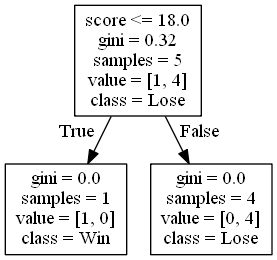
Before: DecisionTrees/Pac-12decision_tree_with_score1.png, a diagram exported from Graphviz (alexana-steck/CSE482Project). Its source is kept beside it as DecisionTrees/Pac-12decision_tree_with_score1.dot. Its diagram source:
```dot
digraph Tree {
node [shape=box] ;
0 [label="score <= 18.0\ngini = 0.32\nsamples = 5\nvalue = [1, 4]\nclass = Lose"] ;
1 [label="gini = 0.0\nsamples = 1\nvalue = [1, 0]\nclass = Win"] ;
0 -> 1 [labeldistance=2.5, labelangle=45, headlabel="True"] ;
2 [label="gini = 0.0\nsamples = 4\nvalue = [0, 4]\nclass = Lose"] ;
0 -> 2 [labeldistance=2.5, labelangle=-45, headlabel="False"] ;
}
```
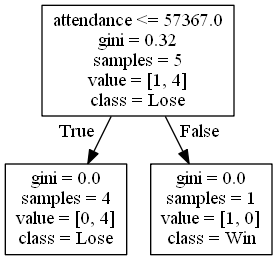
Later version of the same file.

Change to the diagram source:
```diff
@@ -1,8 +1,8 @@
 digraph Tree {
 node [shape=box] ;
-0 [label="score <= 18.0\ngini = 0.32\nsamples = 5\nvalue = [1, 4]\nclass = Lose"] ;
-1 [label="gini = 0.0\nsamples = 1\nvalue = [1, 0]\nclass = Win"] ;
+0 [label="attendance <= 57367.0\ngini = 0.32\nsamples = 5\nvalue = [1, 4]\nclass = Lose"] ;
+1 [label="gini = 0.0\nsamples = 4\nvalue = [0, 4]\nclass = Lose"] ;
 0 -> 1 [labeldistance=2.5, labelangle=45, headlabel="True"] ;
-2 [label="gini = 0.0\nsamples = 4\nvalue = [0, 4]\nclass = Lose"] ;
+2 [label="gini = 0.0\nsamples = 1\nvalue = [1, 0]\nclass = Win"] ;
 0 -> 2 [labeldistance=2.5, labelangle=-45, headlabel="False"] ;
 }
```
